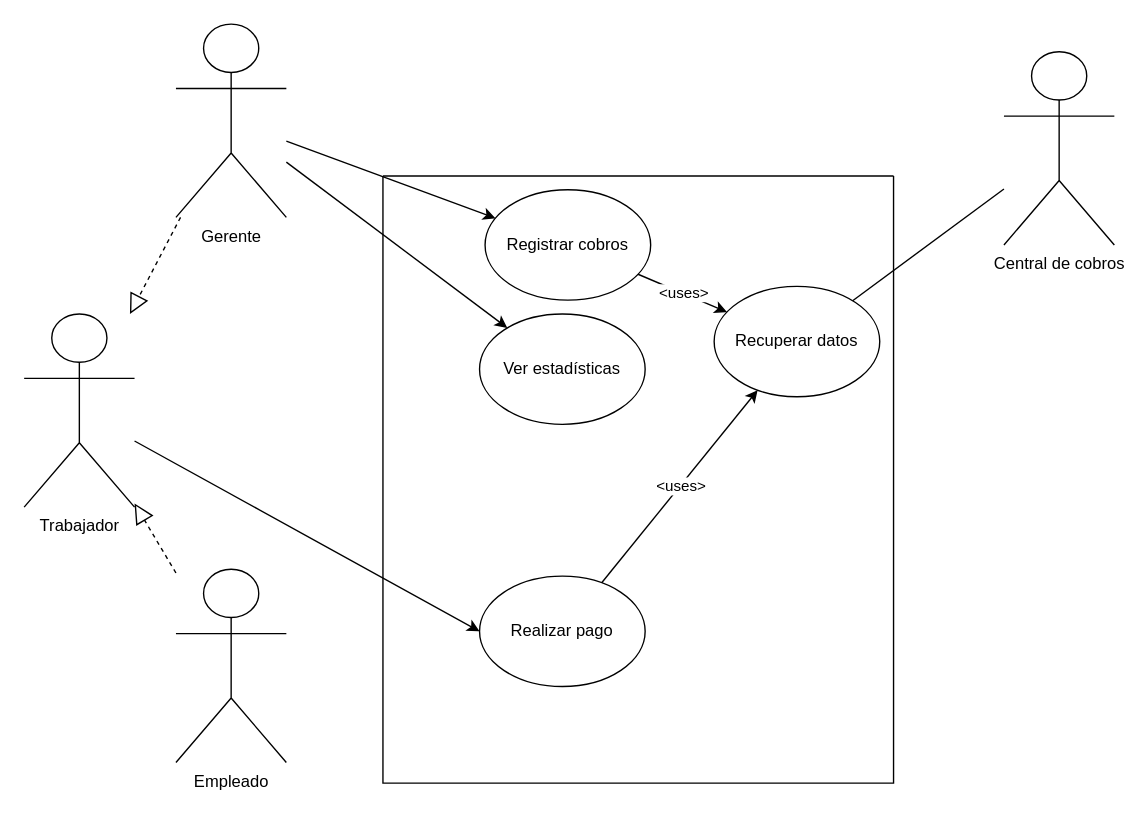
The draw.io diagram Practicas/Práctica 3/Diagramas/tp3_8.drawio in ssofiaavila/Ingenieria-de-software-1-Informatica--UNLP, before the edit. Source tidied: cells renumbered, new cells numbered last; positions are measured from the earlier drawing's top-left corner, leaving out a move shared by most shapes. Both pictures are drawn from the tidied source at 138%, with x=0, y=0 at pixel (23, 23).
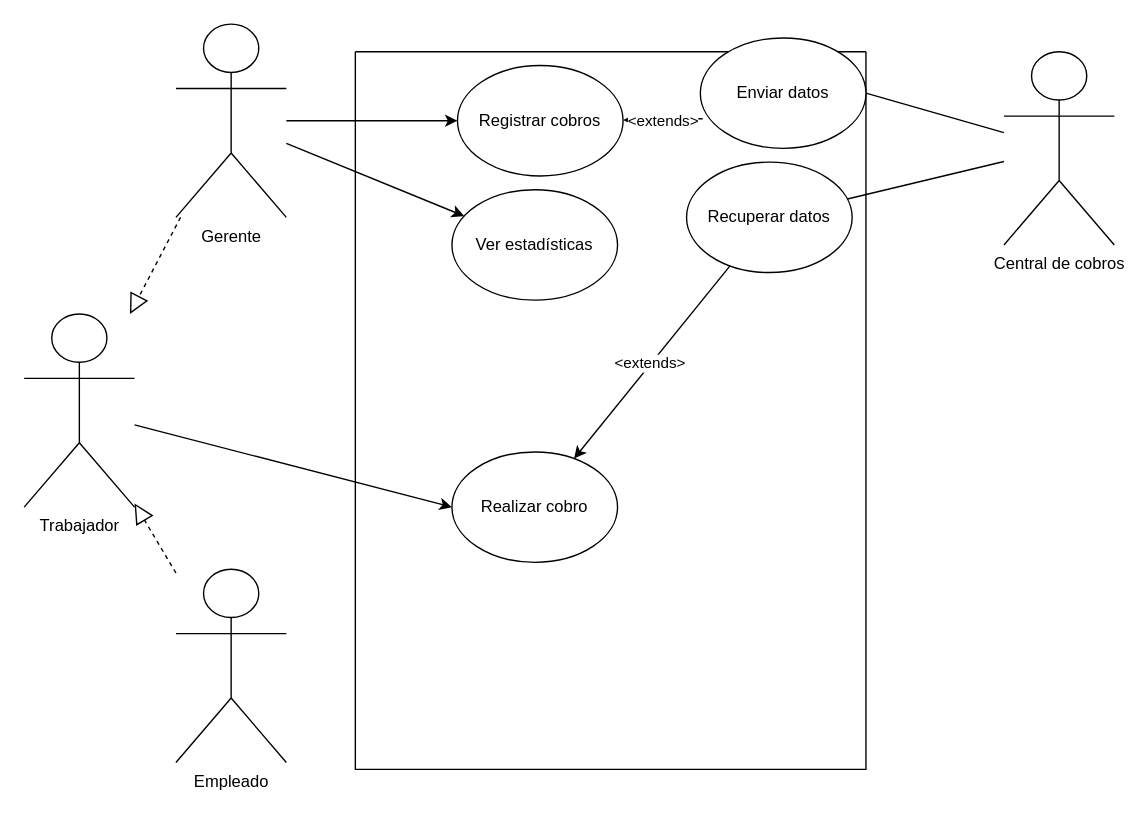
Above is the later version.

Unchanged cells that the change refers to:
```xml
<mxCell id="4" value="Registrar cobros" style="ellipse;whiteSpace=wrap;html=1;" parent="2" vertex="1">
  <mxGeometry x="74" y="10" width="120" height="80" as="geometry" />
</mxCell>
<mxCell id="6" value="Recuperar datos" style="ellipse;whiteSpace=wrap;html=1;" parent="2" vertex="1">
  <mxGeometry x="240" y="80" width="120" height="80" as="geometry" />
</mxCell>
<mxCell id="19" value="Central de cobros" style="shape=umlActor;verticalLabelPosition=bottom;verticalAlign=top;html=1;outlineConnect=0;" parent="1" vertex="1">
  <mxGeometry x="710" y="20" width="80" height="140" as="geometry" />
</mxCell>
```

The edit, as a diff of the source:
```diff
@@
     <mxCell id="2" style="swimlane;startSize=0;" parent="1" vertex="1">
-      <mxGeometry x="260" y="110" width="370" height="440" as="geometry" />
+      <mxGeometry x="240" y="20" width="370" height="520" as="geometry" />
     </mxCell>
-    <mxCell id="3" value="Realizar pago" style="ellipse;whiteSpace=wrap;html=1;" parent="2" vertex="1">
+    <mxCell id="3" value="Realizar cobro" style="ellipse;whiteSpace=wrap;html=1;" parent="2" vertex="1">
       <mxGeometry x="70" y="290" width="120" height="80" as="geometry" />
     </mxCell>
@@
-    <mxCell id="7" style="endArrow=classic;html=1;rounded=0;" parent="2" edge="1" source="3" target="6">
+    <mxCell id="7" style="endArrow=classic;html=1;rounded=0;" parent="2" edge="1" source="6" target="3">
       <mxGeometry relative="1" as="geometry" />
     </mxCell>
-    <mxCell id="8" value="&amp;lt;uses&amp;gt;" style="edgeLabel;html=1;align=center;verticalAlign=middle;" parent="7" vertex="1">
+    <mxCell id="8" value="&amp;lt;extends&amp;gt;&amp;nbsp;" style="edgeLabel;html=1;align=center;verticalAlign=middle;" parent="7" vertex="1">
       <mxGeometry relative="1" as="geometry" />
     </mxCell>
-    <mxCell id="9" style="endArrow=classic;html=1;rounded=0;" parent="2" edge="1" source="4" target="6">
-      <mxGeometry relative="1" as="geometry" />
-    </mxCell>
-    <mxCell id="10" value="&amp;lt;uses&amp;gt;" style="edgeLabel;html=1;align=center;verticalAlign=middle;" parent="9" vertex="1">
-      <mxGeometry relative="1" as="geometry" />
-    </mxCell>
+    <mxCell id="21" value="Enviar datos" style="ellipse;whiteSpace=wrap;html=1;" parent="2" vertex="1">
+      <mxGeometry x="250" y="-10" width="120" height="80" as="geometry" />
+    </mxCell>
+    <mxCell id="22" style="endArrow=classic;html=1;rounded=0;exitX=0.014;exitY=0.732;exitDx=0;exitDy=0;exitPerimeter=0;" parent="2" edge="1" source="21" target="4">
+      <mxGeometry relative="1" as="geometry" />
+    </mxCell>
+    <mxCell id="23" value="&amp;lt;extends&amp;gt;" style="edgeLabel;html=1;align=center;verticalAlign=middle;" parent="22" vertex="1">
+      <mxGeometry relative="1" as="geometry" />
+    </mxCell>
@@
+    <mxCell id="24" style="endArrow=none;html=1;rounded=0;exitX=1;exitY=0.5;exitDx=0;exitDy=0;" parent="1" edge="1" source="21" target="19">
+      <mxGeometry relative="1" as="geometry" />
+    </mxCell>
```
